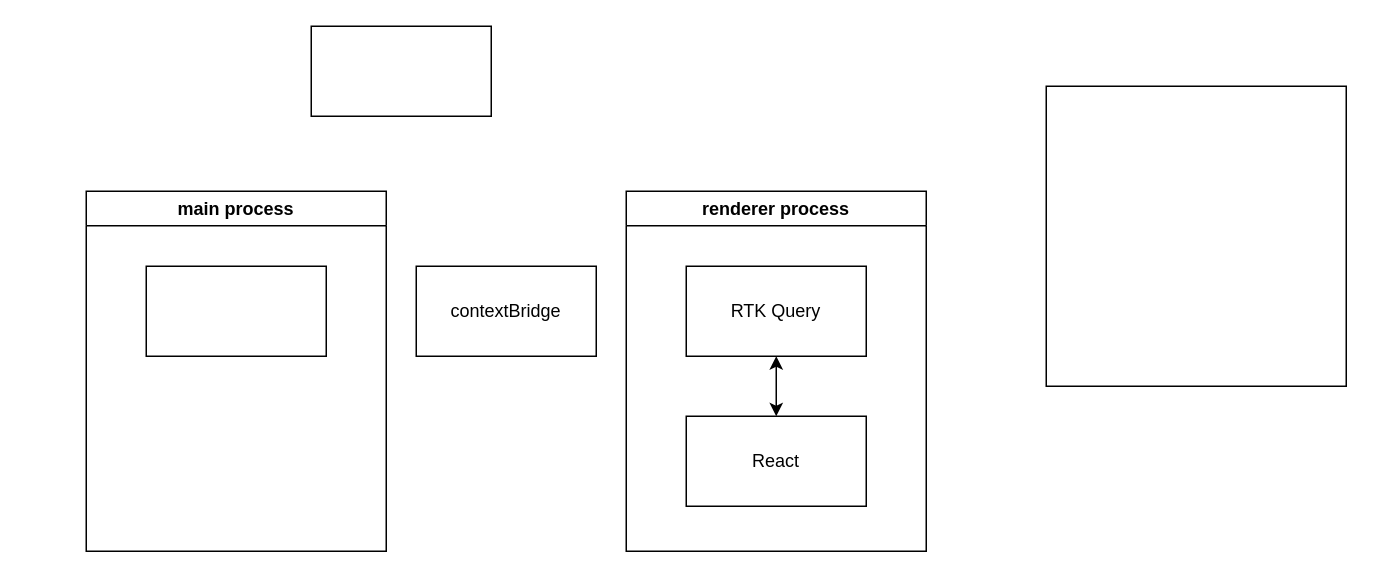
Above: Untitled Diagram.drawio in sunagimo46/images (draw.io), before the change. Source tidied: cells renumbered, new cells numbered last; positions are measured from the earlier drawing's top-left corner, leaving out a move shared by most shapes. Both pictures are drawn from the tidied source at 150%, with x=0, y=0 at pixel (86, 26).
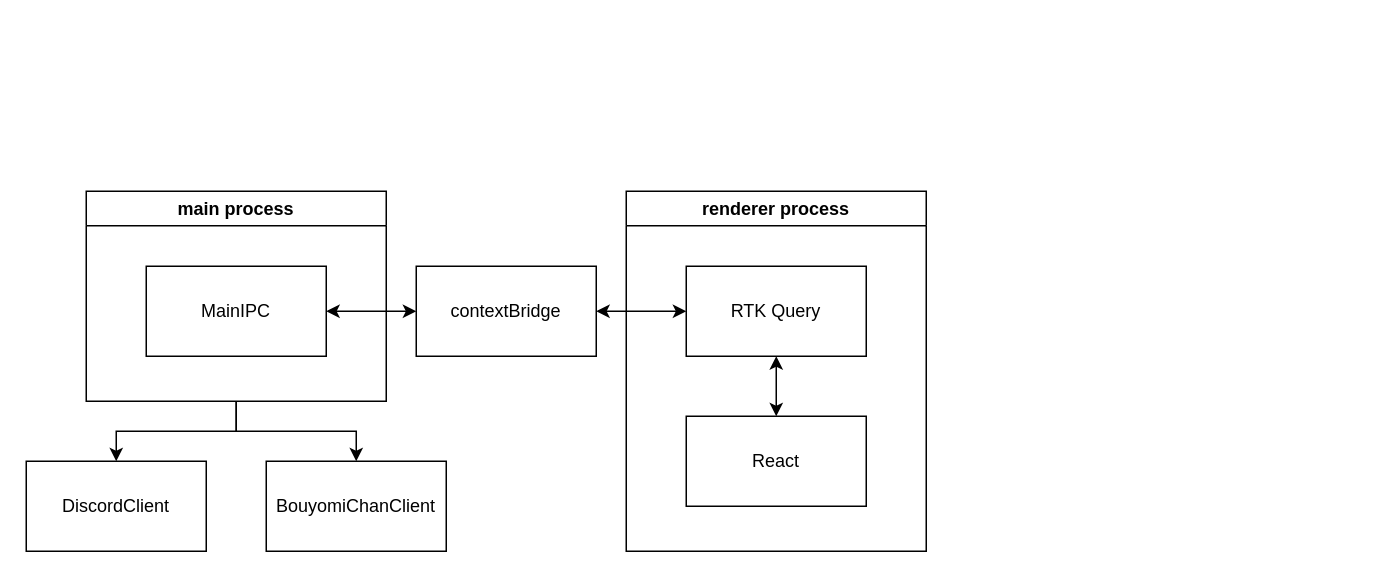
The same diagram, later.

Diff of the diagram source:
```diff
@@
 <mxGraphModel>
   <root>
     <mxCell id="0" />
     <mxCell id="1" parent="0" />
-    <mxCell id="2" style="rounded=0;whiteSpace=wrap;html=1;" parent="1" vertex="1">
-      <mxGeometry x="640" y="40" width="200" height="200" as="geometry" />
-    </mxCell>
     <mxCell id="3" value="renderer process" style="swimlane;rounded=0;startSize=23;" parent="1" vertex="1">
       <mxGeometry x="360" y="110" width="200" height="240" as="geometry" />
     </mxCell>
     <mxCell id="4" value="RTK Query" style="rounded=0;whiteSpace=wrap;html=1;" parent="3" vertex="1">
       <mxGeometry x="40" y="50" width="120" height="60" as="geometry" />
     </mxCell>
     <mxCell id="5" value="React" style="rounded=0;whiteSpace=wrap;html=1;" parent="3" vertex="1">
       <mxGeometry x="40" y="150" width="120" height="60" as="geometry" />
     </mxCell>
-    <mxCell id="6" style="endArrow=classic;startArrow=classic;html=1;entryX=0.5;entryY=0;entryDx=0;entryDy=0;exitX=0.5;exitY=1;exitDx=0;exitDy=0;" parent="3" edge="1" source="4" target="5">
-      <mxGeometry relative="1" as="geometry" />
-    </mxCell>
+    <mxCell id="11" style="endArrow=classic;startArrow=classic;html=1;exitX=0.5;exitY=1;exitDx=0;exitDy=0;" parent="3" edge="1" source="4">
+      <mxGeometry relative="1" as="geometry">
+        <mxPoint x="100" y="150" as="targetPoint" />
+      </mxGeometry>
+    </mxCell>
     <mxCell id="7" value="contextBridge" style="rounded=0;whiteSpace=wrap;html=1;" parent="1" vertex="1">
       <mxGeometry x="220" y="160" width="120" height="60" as="geometry" />
     </mxCell>
+    <mxCell id="12" style="edgeStyle=orthogonalEdgeStyle;rounded=0;jettySize=auto;html=1;entryX=0.5;entryY=0;entryDx=0;entryDy=0;" parent="1" edge="1" source="8" target="16">
+      <mxGeometry relative="1" as="geometry" />
+    </mxCell>
+    <mxCell id="13" style="edgeStyle=orthogonalEdgeStyle;rounded=0;jettySize=auto;html=1;entryX=0.5;entryY=0;entryDx=0;entryDy=0;" parent="1" edge="1" source="8" target="17">
+      <mxGeometry relative="1" as="geometry" />
+    </mxCell>
     <mxCell id="8" value="main process" style="swimlane;rounded=0;" parent="1" vertex="1">
-      <mxGeometry y="110" width="200" height="240" as="geometry" />
+      <mxGeometry y="110" width="200" height="140" as="geometry" />
     </mxCell>
-    <mxCell id="9" style="rounded=0;whiteSpace=wrap;html=1;" parent="8" vertex="1">
+    <mxCell id="9" value="MainIPC" style="rounded=0;whiteSpace=wrap;html=1;" parent="8" vertex="1">
       <mxGeometry x="40" y="50" width="120" height="60" as="geometry" />
     </mxCell>
-    <mxCell id="10" style="rounded=0;whiteSpace=wrap;html=1;" parent="1" vertex="1">
-      <mxGeometry x="150" width="120" height="60" as="geometry" />
-    </mxCell>
+    <mxCell id="14" style="endArrow=classic;startArrow=classic;html=1;entryX=0;entryY=0.5;entryDx=0;entryDy=0;exitX=1;exitY=0.5;exitDx=0;exitDy=0;" parent="1" edge="1" source="7" target="4">
+      <mxGeometry relative="1" as="geometry" />
+    </mxCell>
+    <mxCell id="15" style="endArrow=classic;startArrow=classic;html=1;entryX=0;entryY=0.5;entryDx=0;entryDy=0;exitX=1;exitY=0.5;exitDx=0;exitDy=0;" parent="1" edge="1" source="9" target="7">
+      <mxGeometry relative="1" as="geometry" />
+    </mxCell>
+    <mxCell id="16" value="DiscordClient" style="rounded=0;whiteSpace=wrap;html=1;" parent="1" vertex="1">
+      <mxGeometry x="-40" y="290" width="120" height="60" as="geometry" />
+    </mxCell>
+    <mxCell id="17" value="BouyomiChanClient" style="rounded=0;whiteSpace=wrap;html=1;" parent="1" vertex="1">
+      <mxGeometry x="120" y="290" width="120" height="60" as="geometry" />
+    </mxCell>
   </root>
 </mxGraphModel>
```
